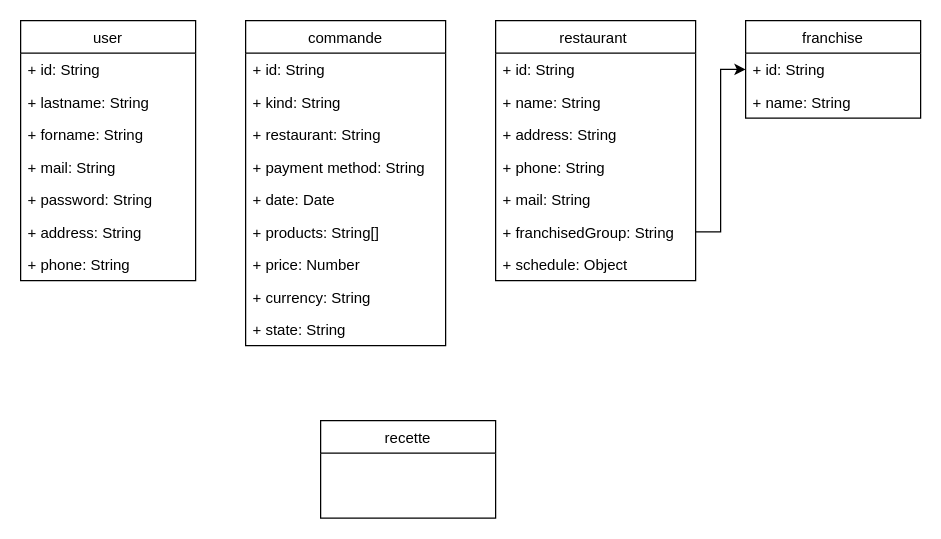
Above: good_food_2.0/Database model/Untitled Diagram.drawio.xml in obaconnais/good_food_2.0 (draw.io), before the change. Source tidied: cells renumbered, new cells numbered last; positions are measured from the earlier drawing's top-left corner, leaving out a move shared by most shapes. Both pictures are drawn from the tidied source at 125%, with x=0, y=0 at pixel (20, 20).
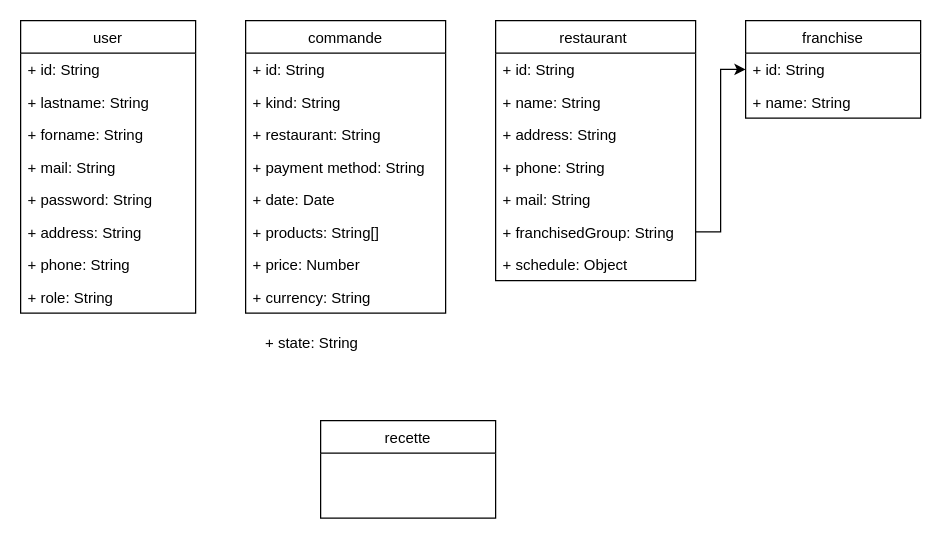
The same page after the edit.

Commit message:
Update: Database model

Diff of the diagram source:
```diff
@@
     <mxCell id="2" value="user" style="swimlane;fontStyle=0;horizontal=1;startSize=26;fillColor=none;" parent="1" vertex="1">
-      <mxGeometry width="140" height="208" as="geometry" />
+      <mxGeometry width="140" height="234" as="geometry" />
     </mxCell>
@@
+    <mxCell id="30" value="+ role: String" style="text;strokeColor=none;fillColor=none;align=left;verticalAlign=top;spacingLeft=4;spacingRight=4;overflow=hidden;" parent="2" vertex="1">
+      <mxGeometry y="208" width="140" height="26" as="geometry" />
+    </mxCell>
@@
     <mxCell id="21" value="commande" style="swimlane;fontStyle=0;horizontal=1;startSize=26;fillColor=none;" parent="1" vertex="1">
-      <mxGeometry x="180" width="160" height="260" as="geometry" />
+      <mxGeometry x="180" width="160" height="234" as="geometry" />
     </mxCell>
@@
-    <mxCell id="30" value="+ state: String" style="text;strokeColor=none;fillColor=none;align=left;verticalAlign=top;spacingLeft=4;spacingRight=4;overflow=hidden;" parent="21" vertex="1">
-      <mxGeometry y="234" width="160" height="26" as="geometry" />
-    </mxCell>
@@
+    <mxCell id="33" value="+ state: String" style="text;strokeColor=none;fillColor=none;align=left;verticalAlign=top;spacingLeft=4;spacingRight=4;overflow=hidden;" parent="1" vertex="1">
+      <mxGeometry x="190" y="244" width="160" height="26" as="geometry" />
+    </mxCell>
```
